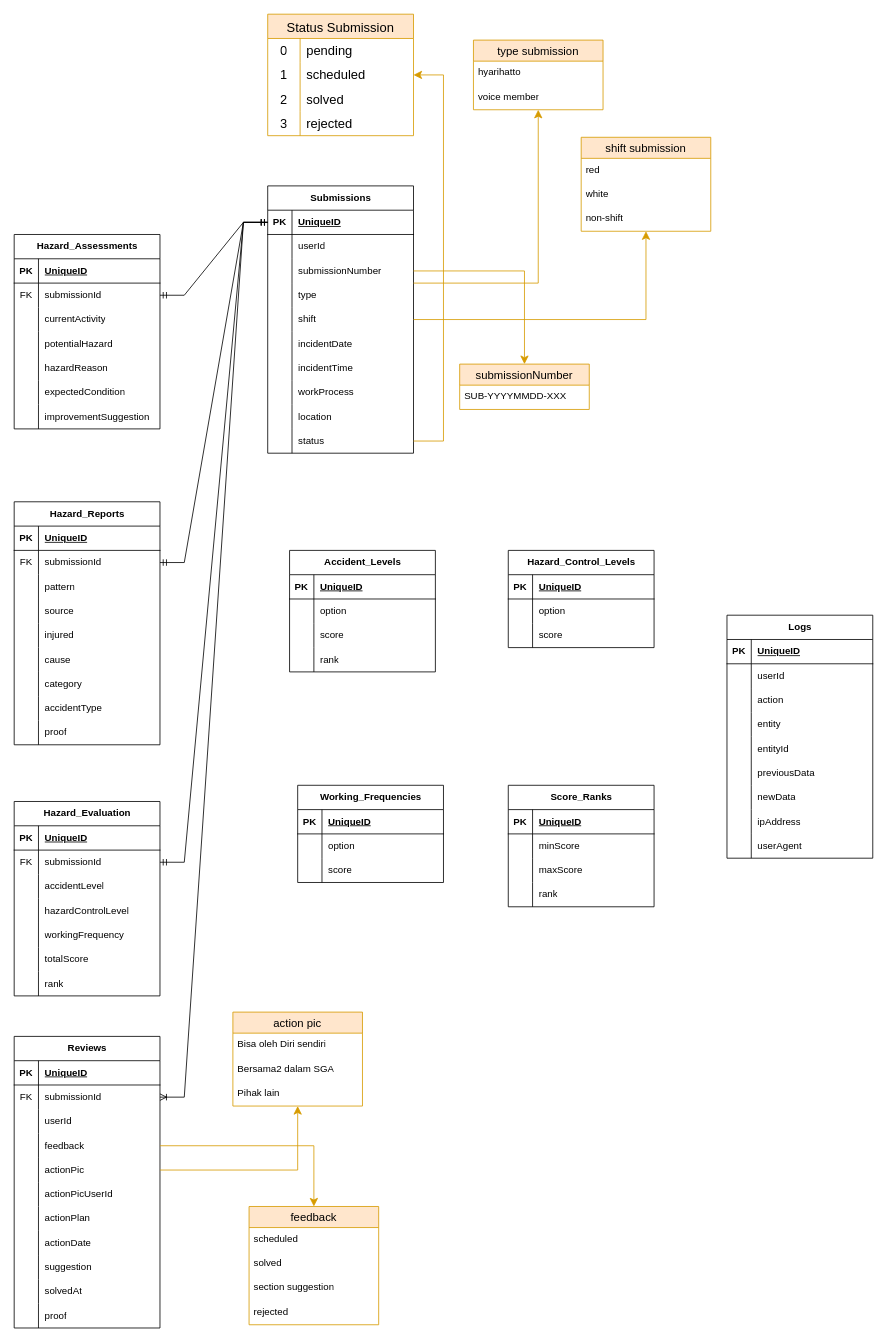
bagususwanto/think-forward keeps this draw.io diagram as page "ERD" (2 of 2) of sys_design/Flow_ERD.drawio. Above is the earlier version. Source tidied: cells renumbered, new cells numbered last; positions are measured from the earlier drawing's top-left corner, leaving out a move shared by most shapes. Both pictures are drawn from the tidied source at 81%, with x=0, y=0 at pixel (14, 14).
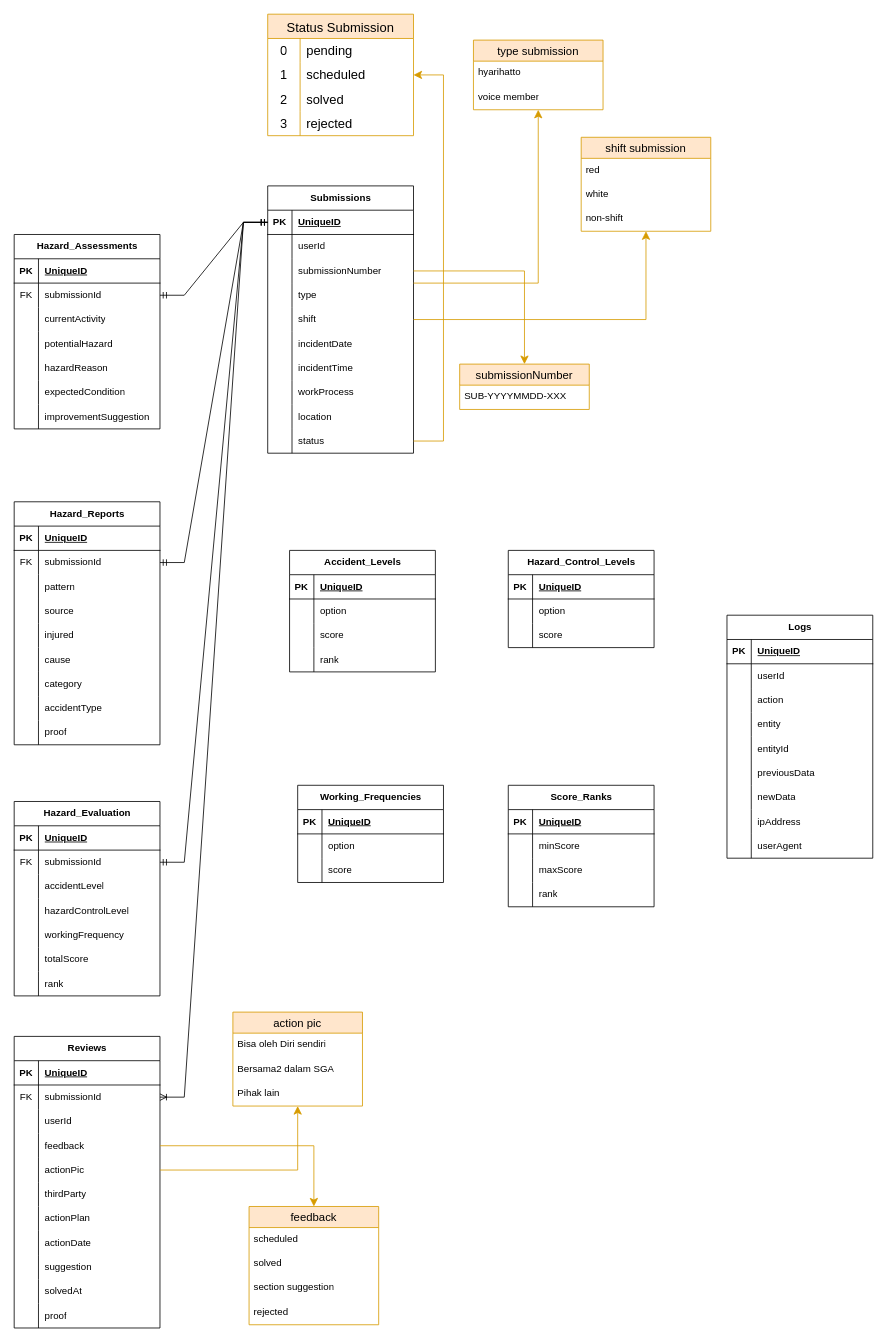
The same diagram, later.

The change refers to these unchanged cells:
```xml
<mxCell id="49" style="shape=tableRow;horizontal=0;startSize=0;swimlaneHead=0;swimlaneBody=0;fillColor=none;top=0;left=0;right=0;bottom=0;" parent="33" vertex="1">
  <mxGeometry y="180" width="180" height="30" as="geometry" />
</mxCell>
```

Change to the diagram source:
```diff
@@
-    <mxCell id="51" value="actionPicUserId" style="shape=partialRectangle;fillColor=none;top=0;left=0;bottom=0;right=0;align=left;spacingLeft=6;overflow=hidden;whiteSpace=wrap;html=1;" parent="49" vertex="1">
+    <mxCell id="51" value="thirdParty" style="shape=partialRectangle;fillColor=none;top=0;left=0;bottom=0;right=0;align=left;spacingLeft=6;overflow=hidden;whiteSpace=wrap;html=1;" parent="49" vertex="1">
       <mxGeometry x="30" width="150" height="30" as="geometry" />
     </mxCell>
```
